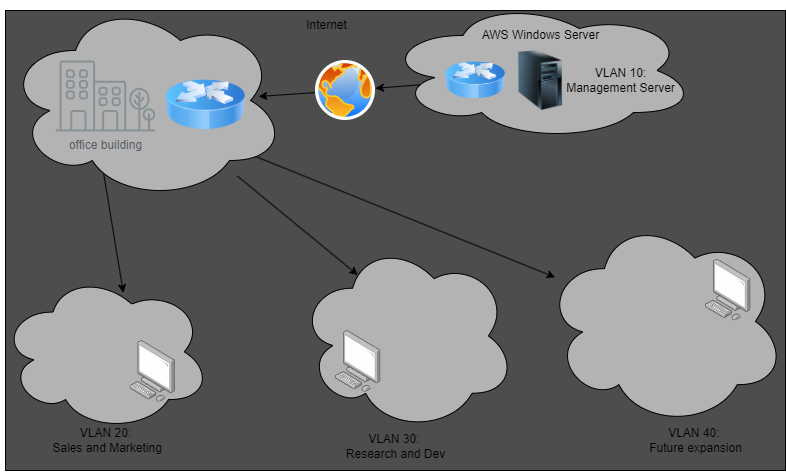
Earlier version of the draw.io export topologies-images/lan.drawio.png (BlueByteSolutions/BlueByte). Source tidied: cells renumbered, new cells last; positions are measured from the earlier drawing's top-left corner, leaving out a move shared by most shapes.
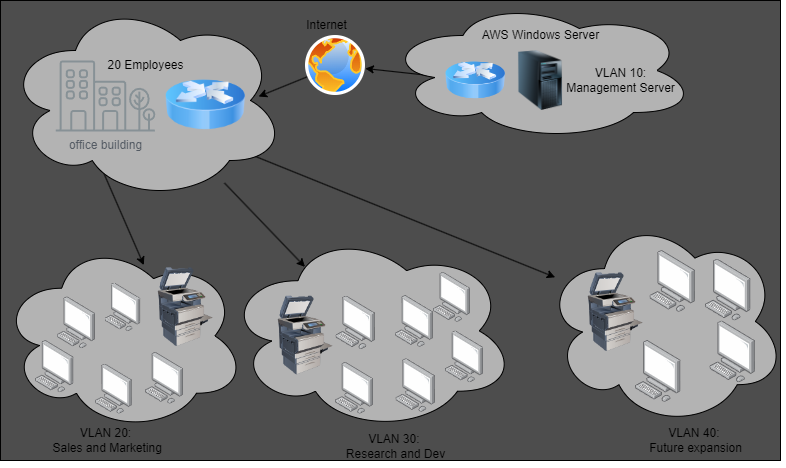
The same diagram one commit later.

Commit message:
added updates on computers and printers

Diff of the diagram source:
```diff
@@ -3,13 +3,13 @@
     <mxCell id="0" />
     <mxCell id="1" parent="0" />
     <mxCell id="2" style="rounded=0;whiteSpace=wrap;html=1;fillColor=#4D4D4D;" parent="1" vertex="1">
-      <mxGeometry x="5" y="10" width="780" height="460" as="geometry" />
+      <mxGeometry width="780" height="460" as="geometry" />
     </mxCell>
     <mxCell id="3" style="edgeStyle=none;html=1;entryX=0.904;entryY=0.48;entryDx=0;entryDy=0;entryPerimeter=0;" parent="1" edge="1" source="4" target="23">
       <mxGeometry relative="1" as="geometry" />
     </mxCell>
     <mxCell id="4" style="perimeter=ellipsePerimeter;html=1;align=center;shadow=0;dashed=0;spacingTop=3;image;image=img/lib/active_directory/internet_globe.svg;fillColor=#66B2FF;" parent="1" vertex="1">
-      <mxGeometry x="315" y="60" width="60" height="60" as="geometry" />
+      <mxGeometry x="305" y="35" width="60" height="60" as="geometry" />
     </mxCell>
     <mxCell id="5" style="edgeStyle=none;html=1;" parent="1" edge="1" source="16" target="4">
       <mxGeometry relative="1" as="geometry" />
@@ -60,10 +60,10 @@
       <mxGeometry x="705" y="258.6" width="45.6" height="61.8" as="geometry" />
     </mxCell>
     <mxCell id="21" style="ellipse;shape=cloud;whiteSpace=wrap;html=1;fillColor=#B3B3B3;" parent="1" vertex="1">
-      <mxGeometry x="297.8" y="240" width="217.2" height="190.9" as="geometry" />
+      <mxGeometry x="225" y="230" width="290" height="200.9" as="geometry" />
     </mxCell>
     <mxCell id="22" style="html=1;align=center;shadow=0;dashed=0;image;image=img/lib/allied_telesis/computer_and_terminals/Personal_Computer.svg;fillColor=#B3B3B3;" parent="1" vertex="1">
-      <mxGeometry x="335" y="330" width="45.6" height="61.8" as="geometry" />
+      <mxGeometry x="335" y="361.8" width="38.2" height="51.8" as="geometry" />
     </mxCell>
     <mxCell id="23" style="ellipse;shape=cloud;whiteSpace=wrap;html=1;fillColor=#B3B3B3;" parent="1" vertex="1">
       <mxGeometry x="5" width="280" height="200" as="geometry" />
@@ -75,10 +75,58 @@
       <mxGeometry x="55" y="60" width="100" height="71" as="geometry" />
     </mxCell>
     <mxCell id="26" style="ellipse;shape=cloud;whiteSpace=wrap;html=1;fillColor=#B3B3B3;" parent="1" vertex="1">
-      <mxGeometry y="271.8" width="210" height="159.1" as="geometry" />
+      <mxGeometry y="240" width="245" height="190.9" as="geometry" />
     </mxCell>
     <mxCell id="27" style="html=1;align=center;shadow=0;dashed=0;image;image=img/lib/allied_telesis/computer_and_terminals/Personal_Computer.svg;fillColor=#B3B3B3;" parent="1" vertex="1">
-      <mxGeometry x="129.4" y="340" width="45.6" height="61.8" as="geometry" />
+      <mxGeometry x="145" y="351.8" width="38.2" height="51.8" as="geometry" />
     </mxCell>
+    <mxCell id="28" style="html=1;align=center;shadow=0;dashed=0;image;image=img/lib/allied_telesis/computer_and_terminals/Personal_Computer.svg;fillColor=#B3B3B3;" parent="1" vertex="1">
+      <mxGeometry x="433.1" y="271.8" width="36.9" height="50" as="geometry" />
+    </mxCell>
+    <mxCell id="29" style="html=1;align=center;shadow=0;dashed=0;image;image=img/lib/allied_telesis/computer_and_terminals/Personal_Computer.svg;fillColor=#B3B3B3;" parent="1" vertex="1">
+      <mxGeometry x="395.4" y="358.2" width="39.5" height="53.6" as="geometry" />
+    </mxCell>
+    <mxCell id="30" style="html=1;align=center;shadow=0;dashed=0;image;image=img/lib/allied_telesis/computer_and_terminals/Personal_Computer.svg;fillColor=#B3B3B3;" parent="1" vertex="1">
+      <mxGeometry x="649.4" y="250" width="45.6" height="61.8" as="geometry" />
+    </mxCell>
+    <mxCell id="31" style="html=1;align=center;shadow=0;dashed=0;image;image=img/lib/allied_telesis/computer_and_terminals/Personal_Computer.svg;fillColor=#B3B3B3;" parent="1" vertex="1">
+      <mxGeometry x="335.5" y="295.5" width="39.5" height="53.6" as="geometry" />
+    </mxCell>
+    <mxCell id="32" style="html=1;align=center;shadow=0;dashed=0;image;image=img/lib/allied_telesis/computer_and_terminals/Personal_Computer.svg;fillColor=#B3B3B3;" parent="1" vertex="1">
+      <mxGeometry x="56.8" y="296.4" width="38.2" height="51.8" as="geometry" />
+    </mxCell>
+    <mxCell id="33" style="html=1;align=center;shadow=0;dashed=0;image;image=img/lib/allied_telesis/computer_and_terminals/Personal_Computer.svg;fillColor=#B3B3B3;" parent="1" vertex="1">
+      <mxGeometry x="95" y="363.6" width="36.9" height="50" as="geometry" />
+    </mxCell>
+    <mxCell id="34" style="html=1;align=center;shadow=0;dashed=0;image;image=img/lib/allied_telesis/computer_and_terminals/Personal_Computer.svg;fillColor=#B3B3B3;" parent="1" vertex="1">
+      <mxGeometry x="35" y="340" width="38.5" height="52.2" as="geometry" />
+    </mxCell>
+    <mxCell id="35" style="html=1;align=center;shadow=0;dashed=0;image;image=img/lib/allied_telesis/computer_and_terminals/Personal_Computer.svg;fillColor=#B3B3B3;" parent="1" vertex="1">
+      <mxGeometry x="709.4" y="320.4" width="45.6" height="61.8" as="geometry" />
+    </mxCell>
+    <mxCell id="36" style="image;html=1;image=img/lib/clip_art/computers/Printer_Commercial_128x128.png;fillColor=#B3B3B3;" parent="1" vertex="1">
+      <mxGeometry x="575" y="271.8" width="80" height="80" as="geometry" />
+    </mxCell>
+    <mxCell id="37" style="image;html=1;image=img/lib/clip_art/computers/Printer_Commercial_128x128.png;fillColor=#B3B3B3;" parent="1" vertex="1">
+      <mxGeometry x="265" y="295" width="80" height="80" as="geometry" />
+    </mxCell>
+    <mxCell id="38" style="image;html=1;image=img/lib/clip_art/computers/Printer_Commercial_128x128.png;fillColor=#B3B3B3;" parent="1" vertex="1">
+      <mxGeometry x="145" y="266.8" width="80" height="80" as="geometry" />
+    </mxCell>
+    <mxCell id="39" style="html=1;align=center;shadow=0;dashed=0;image;image=img/lib/allied_telesis/computer_and_terminals/Personal_Computer.svg;fillColor=#B3B3B3;" parent="1" vertex="1">
+      <mxGeometry x="635" y="340" width="45.6" height="61.8" as="geometry" />
+    </mxCell>
+    <mxCell id="40" style="html=1;align=center;shadow=0;dashed=0;image;image=img/lib/allied_telesis/computer_and_terminals/Personal_Computer.svg;fillColor=#B3B3B3;" parent="1" vertex="1">
+      <mxGeometry x="394.9" y="295" width="38.2" height="51.8" as="geometry" />
+    </mxCell>
+    <mxCell id="41" style="html=1;align=center;shadow=0;dashed=0;image;image=img/lib/allied_telesis/computer_and_terminals/Personal_Computer.svg;fillColor=#B3B3B3;" parent="1" vertex="1">
+      <mxGeometry x="445" y="330.4" width="38.2" height="51.8" as="geometry" />
+    </mxCell>
+    <mxCell id="42" value="20 Employees" style="text;html=1;align=center;verticalAlign=middle;strokeColor=none;fillColor=none;" parent="1" vertex="1">
+      <mxGeometry x="95" y="50" width="100" height="30" as="geometry" />
+    </mxCell>
+    <mxCell id="43" style="html=1;align=center;shadow=0;dashed=0;image;image=img/lib/allied_telesis/computer_and_terminals/Personal_Computer.svg;fillColor=#B3B3B3;" parent="1" vertex="1">
+      <mxGeometry x="104.6" y="282.5" width="35.9" height="48.6" as="geometry" />
+    </mxCell>
   </root>
 </mxGraphModel>
```
